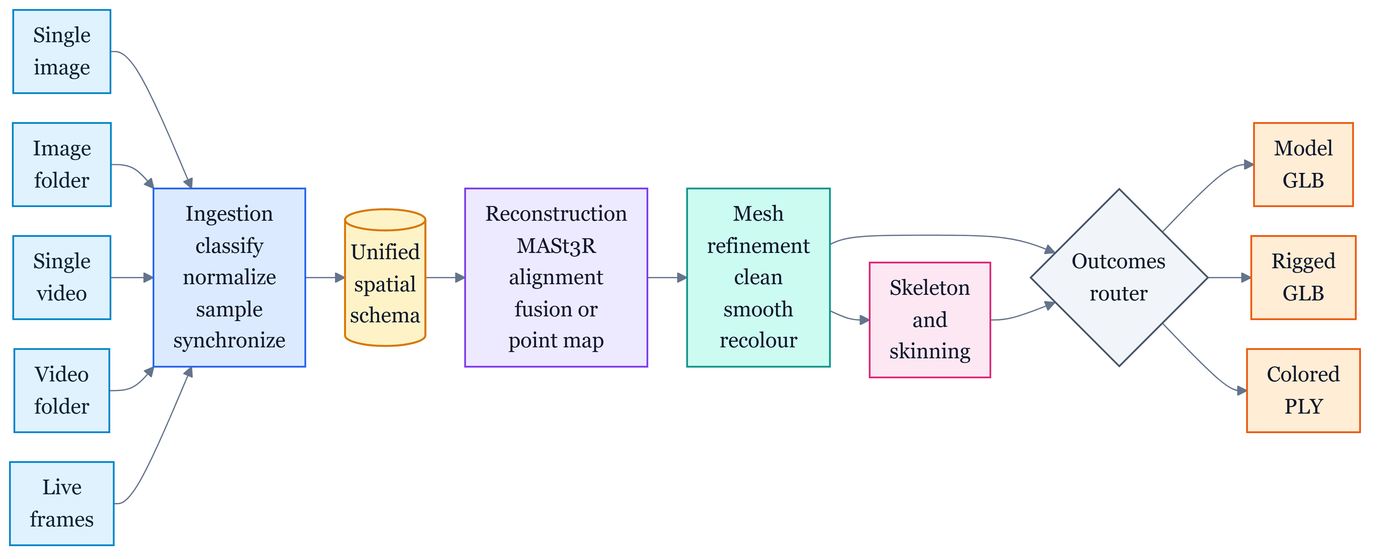
This is paper/figures/fig1-overview.png from AyushK0808/z-shift, a Mermaid export, as it was before one commit. Its source is kept beside it as paper/diagrams/fig1-overview.mmd.
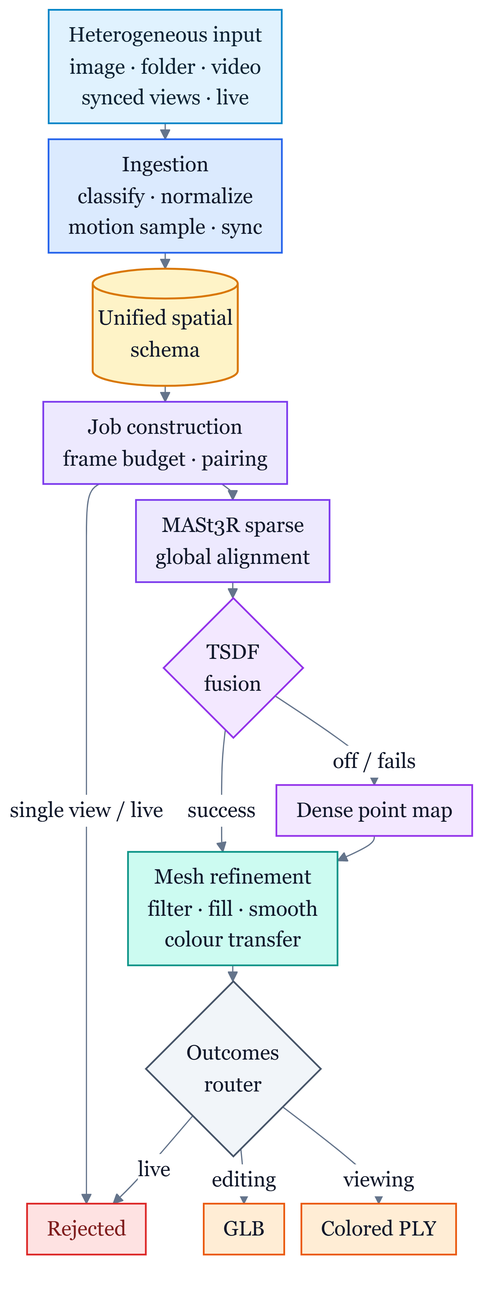
Later version of the same file.

The edit, as a diff of the source:
```diff
@@ -1,34 +1,40 @@
-flowchart LR
-  A1["Single<br/>image"] --> ING
-  A2["Image<br/>folder"] --> ING
-  A3["Single<br/>video"] --> ING
-  A4["Video<br/>folder"] --> ING
-  A5["Live<br/>frames"] --> ING
-  ING["Ingestion<br/>classify<br/>normalize<br/>sample<br/>synchronize"]
-  ING --> SCH[("Unified<br/>spatial<br/>schema")]
-  SCH --> REC["Reconstruction<br/>MASt3R<br/>alignment<br/>fusion or<br/>point map"]
-  REC --> REF["Mesh<br/>refinement<br/>clean<br/>smooth<br/>recolour"]
-  REF --> RIG["Skeleton<br/>and<br/>skinning"]
-  REF --> OUT{"Outcomes<br/>router"}
-  RIG --> OUT
-  OUT --> D1["Model<br/>GLB"]
-  OUT --> D2["Rigged<br/>GLB"]
-  OUT --> D3["Colored<br/>PLY"]
+---
+config:
+  flowchart:
+    rankSpacing: 13
+    nodeSpacing: 14
+---
+flowchart TB
+  SRC["Heterogeneous input<br/>image · folder · video<br/>synced views · live"] --> ING["Ingestion<br/>classify · normalize<br/>motion sample · sync"]
+  ING --> SCH[("Unified spatial<br/>schema")]
+  SCH --> JB["Job construction<br/>frame budget · pairing"]
+  JB -->|"single view / live"| REJ["Rejected"]
+  JB --> AL["MASt3R sparse<br/>global alignment"]
+  AL --> FUS{"TSDF<br/>fusion"}
+  FUS -->|"off / fails"| PMAP["Dense point map"]
+  FUS -->|"success"| REF["Mesh refinement<br/>filter · fill · smooth<br/>colour transfer"]
+  PMAP --> REF
+  REF --> RT{"Outcomes<br/>router"}
+  RT -->|"editing"| D1["GLB"]
+  RT -->|"viewing"| D3["Colored PLY"]
+  RT -->|"live"| REJ
 
   classDef src fill:#e0f2fe,stroke:#0284c7,stroke-width:1.4px,color:#0c2233
   classDef ingest fill:#dbeafe,stroke:#2563eb,stroke-width:1.4px,color:#0f172a
   classDef schema fill:#fef3c7,stroke:#d97706,stroke-width:1.6px,color:#0f172a
   classDef recon fill:#ede9fe,stroke:#7c3aed,stroke-width:1.4px,color:#0f172a
+  classDef fuse fill:#f3e8ff,stroke:#9333ea,stroke-width:1.4px,color:#0f172a
   classDef refine fill:#ccfbf1,stroke:#0d9488,stroke-width:1.4px,color:#0f172a
-  classDef rig fill:#fce7f3,stroke:#db2777,stroke-width:1.4px,color:#0f172a
   classDef route fill:#f1f5f9,stroke:#475569,stroke-width:1.4px,color:#0f172a
   classDef deliver fill:#ffedd5,stroke:#ea580c,stroke-width:1.4px,color:#0f172a
+  classDef reject fill:#fee2e2,stroke:#dc2626,stroke-width:1.4px,color:#7f1d1d
 
-  class A1,A2,A3,A4,A5 src
+  class SRC src
   class ING ingest
   class SCH schema
-  class REC recon
+  class JB,AL recon
+  class FUS,PMAP fuse
   class REF refine
-  class RIG rig
-  class OUT route
-  class D1,D2,D3 deliver
+  class RT route
+  class D1,D3 deliver
+  class REJ reject
```
